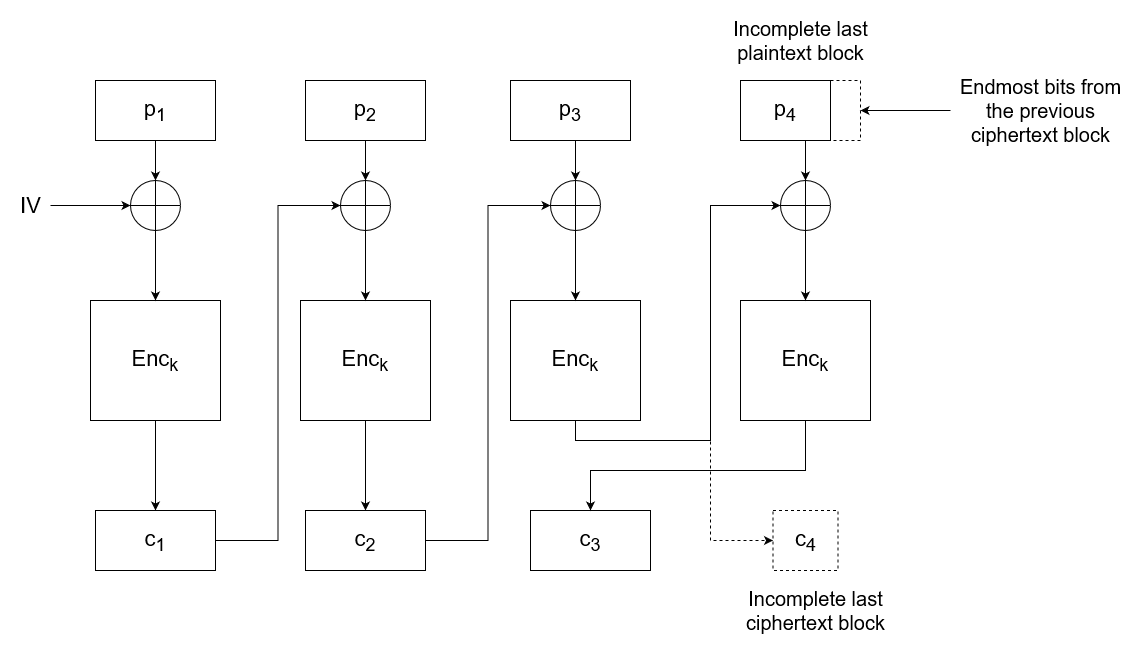
Before: Notes/Cryptography/Resources/Images/Block_cipher_ciphertext_stealing.png, a diagram exported from draw.io (cr0mll/cyberclopaedia). Source tidied: cells renumbered, new cells last; positions are measured from the earlier drawing's top-left corner, leaving out a move shared by most shapes. Its diagram source:
```xml
<mxGraphModel background="#ffffff">
  <root>
    <mxCell id="0" />
    <mxCell id="1" parent="0" />
    <mxCell id="2" style="edgeStyle=orthogonalEdgeStyle;rounded=0;jettySize=auto;html=1;exitX=0.5;exitY=1;exitDx=0;exitDy=0;fontSize=22;" parent="1" edge="1" source="3">
      <mxGeometry relative="1" as="geometry">
        <mxPoint x="145" y="500" as="targetPoint" />
      </mxGeometry>
    </mxCell>
    <mxCell id="3" value="&lt;font style=&quot;font-size: 22px;&quot;&gt;Enc&lt;sub&gt;k&lt;/sub&gt;&lt;/font&gt;" style="rounded=0;whiteSpace=wrap;html=1;" parent="1" vertex="1">
      <mxGeometry x="80" y="290" width="130" height="120" as="geometry" />
    </mxCell>
    <mxCell id="4" style="edgeStyle=orthogonalEdgeStyle;rounded=0;jettySize=auto;html=1;entryX=0.5;entryY=0;entryDx=0;entryDy=0;fontSize=22;" parent="1" edge="1" target="6">
      <mxGeometry relative="1" as="geometry">
        <mxPoint x="145" y="120" as="sourcePoint" />
      </mxGeometry>
    </mxCell>
    <mxCell id="5" style="edgeStyle=orthogonalEdgeStyle;rounded=0;jettySize=auto;html=1;exitX=0.5;exitY=1;exitDx=0;exitDy=0;entryX=0.5;entryY=0;entryDx=0;entryDy=0;fontSize=22;" parent="1" edge="1" source="6" target="3">
      <mxGeometry relative="1" as="geometry" />
    </mxCell>
    <mxCell id="6" style="shape=orEllipse;perimeter=ellipsePerimeter;whiteSpace=wrap;html=1;backgroundOutline=1;fontSize=22;" parent="1" vertex="1">
      <mxGeometry x="120" y="170" width="50" height="50" as="geometry" />
    </mxCell>
    <mxCell id="7" style="edgeStyle=orthogonalEdgeStyle;rounded=0;jettySize=auto;html=1;entryX=0;entryY=0.5;entryDx=0;entryDy=0;fontSize=22;" parent="1" edge="1" source="8" target="6">
      <mxGeometry relative="1" as="geometry" />
    </mxCell>
    <mxCell id="8" value="IV" style="text;html=1;align=center;verticalAlign=middle;points=[];strokeColor=none;fillColor=none;fontSize=22;" parent="1" vertex="1">
      <mxGeometry y="180" width="40" height="30" as="geometry" />
    </mxCell>
    <mxCell id="9" style="edgeStyle=orthogonalEdgeStyle;rounded=0;jettySize=auto;html=1;exitX=0.5;exitY=1;exitDx=0;exitDy=0;fontSize=22;" parent="1" edge="1" source="10">
      <mxGeometry relative="1" as="geometry">
        <mxPoint x="355" y="500" as="targetPoint" />
      </mxGeometry>
    </mxCell>
    <mxCell id="10" value="&lt;font style=&quot;font-size: 22px;&quot;&gt;Enc&lt;sub&gt;k&lt;/sub&gt;&lt;/font&gt;" style="rounded=0;whiteSpace=wrap;html=1;" parent="1" vertex="1">
      <mxGeometry x="290" y="290" width="130" height="120" as="geometry" />
    </mxCell>
    <mxCell id="11" style="edgeStyle=orthogonalEdgeStyle;rounded=0;jettySize=auto;html=1;entryX=0.5;entryY=0;entryDx=0;entryDy=0;fontSize=22;" parent="1" edge="1" target="13">
      <mxGeometry relative="1" as="geometry">
        <mxPoint x="355" y="120" as="sourcePoint" />
      </mxGeometry>
    </mxCell>
    <mxCell id="12" style="edgeStyle=orthogonalEdgeStyle;rounded=0;jettySize=auto;html=1;exitX=0.5;exitY=1;exitDx=0;exitDy=0;entryX=0.5;entryY=0;entryDx=0;entryDy=0;fontSize=22;" parent="1" edge="1" source="13" target="10">
      <mxGeometry relative="1" as="geometry" />
    </mxCell>
    <mxCell id="13" style="shape=orEllipse;perimeter=ellipsePerimeter;whiteSpace=wrap;html=1;backgroundOutline=1;fontSize=22;" parent="1" vertex="1">
      <mxGeometry x="330" y="170" width="50" height="50" as="geometry" />
    </mxCell>
    <mxCell id="14" style="edgeStyle=orthogonalEdgeStyle;rounded=0;jettySize=auto;html=1;entryX=0;entryY=0.5;entryDx=0;entryDy=0;fontSize=22;exitX=0.5;exitY=1;exitDx=0;exitDy=0;" parent="1" edge="1" source="16" target="32">
      <mxGeometry relative="1" as="geometry">
        <Array as="points">
          <mxPoint x="565" y="430" />
          <mxPoint x="700" y="430" />
          <mxPoint x="700" y="195" />
        </Array>
      </mxGeometry>
    </mxCell>
    <mxCell id="15" style="edgeStyle=orthogonalEdgeStyle;rounded=0;jettySize=auto;html=1;entryX=0;entryY=0.5;entryDx=0;entryDy=0;fontSize=22;exitX=0.5;exitY=1;exitDx=0;exitDy=0;dashed=1;" parent="1" edge="1" source="16" target="33">
      <mxGeometry relative="1" as="geometry">
        <Array as="points">
          <mxPoint x="565" y="430" />
          <mxPoint x="700" y="430" />
          <mxPoint x="700" y="530" />
        </Array>
      </mxGeometry>
    </mxCell>
    <mxCell id="16" value="&lt;font style=&quot;font-size: 22px;&quot;&gt;Enc&lt;sub&gt;k&lt;/sub&gt;&lt;/font&gt;" style="rounded=0;whiteSpace=wrap;html=1;" parent="1" vertex="1">
      <mxGeometry x="500" y="290" width="130" height="120" as="geometry" />
    </mxCell>
    <mxCell id="17" style="edgeStyle=orthogonalEdgeStyle;rounded=0;jettySize=auto;html=1;entryX=0.5;entryY=0;entryDx=0;entryDy=0;fontSize=22;" parent="1" edge="1" target="19">
      <mxGeometry relative="1" as="geometry">
        <mxPoint x="565" y="120" as="sourcePoint" />
      </mxGeometry>
    </mxCell>
    <mxCell id="18" style="edgeStyle=orthogonalEdgeStyle;rounded=0;jettySize=auto;html=1;exitX=0.5;exitY=1;exitDx=0;exitDy=0;entryX=0.5;entryY=0;entryDx=0;entryDy=0;fontSize=22;" parent="1" edge="1" source="19" target="16">
      <mxGeometry relative="1" as="geometry" />
    </mxCell>
    <mxCell id="19" style="shape=orEllipse;perimeter=ellipsePerimeter;whiteSpace=wrap;html=1;backgroundOutline=1;fontSize=22;" parent="1" vertex="1">
      <mxGeometry x="540" y="170" width="50" height="50" as="geometry" />
    </mxCell>
    <mxCell id="20" value="p&lt;sub&gt;1&lt;/sub&gt;" style="rounded=0;whiteSpace=wrap;html=1;fontSize=22;strokeColor=default;" parent="1" vertex="1">
      <mxGeometry x="85" y="70" width="120" height="60" as="geometry" />
    </mxCell>
    <mxCell id="21" value="p&lt;sub&gt;2&lt;/sub&gt;" style="rounded=0;whiteSpace=wrap;html=1;fontSize=22;strokeColor=default;" parent="1" vertex="1">
      <mxGeometry x="295" y="70" width="120" height="60" as="geometry" />
    </mxCell>
    <mxCell id="22" value="p&lt;sub&gt;3&lt;/sub&gt;" style="rounded=0;whiteSpace=wrap;html=1;fontSize=22;strokeColor=default;" parent="1" vertex="1">
      <mxGeometry x="500" y="70" width="120" height="60" as="geometry" />
    </mxCell>
    <mxCell id="23" style="edgeStyle=orthogonalEdgeStyle;rounded=0;jettySize=auto;html=1;entryX=0;entryY=0.5;entryDx=0;entryDy=0;fontSize=22;" parent="1" edge="1" source="24" target="13">
      <mxGeometry relative="1" as="geometry" />
    </mxCell>
    <mxCell id="24" value="c&lt;sub&gt;1&lt;/sub&gt;" style="rounded=0;whiteSpace=wrap;html=1;fontSize=22;strokeColor=default;" parent="1" vertex="1">
      <mxGeometry x="85" y="500" width="120" height="60" as="geometry" />
    </mxCell>
    <mxCell id="25" style="edgeStyle=orthogonalEdgeStyle;rounded=0;jettySize=auto;html=1;exitX=1;exitY=0.5;exitDx=0;exitDy=0;entryX=0;entryY=0.5;entryDx=0;entryDy=0;fontSize=22;" parent="1" edge="1" source="26" target="19">
      <mxGeometry relative="1" as="geometry" />
    </mxCell>
    <mxCell id="26" value="c&lt;sub&gt;2&lt;/sub&gt;" style="rounded=0;whiteSpace=wrap;html=1;fontSize=22;strokeColor=default;" parent="1" vertex="1">
      <mxGeometry x="295" y="500" width="120" height="60" as="geometry" />
    </mxCell>
    <mxCell id="27" value="c&lt;sub&gt;3&lt;/sub&gt;" style="rounded=0;whiteSpace=wrap;html=1;fontSize=22;strokeColor=default;" parent="1" vertex="1">
      <mxGeometry x="520" y="500" width="120" height="60" as="geometry" />
    </mxCell>
    <mxCell id="28" style="edgeStyle=orthogonalEdgeStyle;rounded=0;jettySize=auto;html=1;entryX=0.5;entryY=0;entryDx=0;entryDy=0;fontSize=22;" parent="1" edge="1" source="29" target="27">
      <mxGeometry relative="1" as="geometry">
        <Array as="points">
          <mxPoint x="795" y="460" />
          <mxPoint x="580" y="460" />
        </Array>
      </mxGeometry>
    </mxCell>
    <mxCell id="29" value="&lt;font style=&quot;font-size: 22px;&quot;&gt;Enc&lt;sub&gt;k&lt;/sub&gt;&lt;/font&gt;" style="rounded=0;whiteSpace=wrap;html=1;" parent="1" vertex="1">
      <mxGeometry x="730" y="290" width="130" height="120" as="geometry" />
    </mxCell>
    <mxCell id="30" style="edgeStyle=orthogonalEdgeStyle;rounded=0;jettySize=auto;html=1;entryX=0.5;entryY=0;entryDx=0;entryDy=0;fontSize=22;" parent="1" edge="1" target="32">
      <mxGeometry relative="1" as="geometry">
        <mxPoint x="795" y="120" as="sourcePoint" />
      </mxGeometry>
    </mxCell>
    <mxCell id="31" style="edgeStyle=orthogonalEdgeStyle;rounded=0;jettySize=auto;html=1;exitX=0.5;exitY=1;exitDx=0;exitDy=0;entryX=0.5;entryY=0;entryDx=0;entryDy=0;fontSize=22;" parent="1" edge="1" source="32" target="29">
      <mxGeometry relative="1" as="geometry" />
    </mxCell>
    <mxCell id="32" style="shape=orEllipse;perimeter=ellipsePerimeter;whiteSpace=wrap;html=1;backgroundOutline=1;fontSize=22;" parent="1" vertex="1">
      <mxGeometry x="770" y="170" width="50" height="50" as="geometry" />
    </mxCell>
    <mxCell id="33" value="c&lt;sub&gt;4&lt;/sub&gt;" style="rounded=0;whiteSpace=wrap;html=1;fontSize=22;strokeColor=default;dashed=1;" parent="1" vertex="1">
      <mxGeometry x="762.5" y="500" width="65" height="60" as="geometry" />
    </mxCell>
    <mxCell id="34" value="&lt;div style=&quot;font-size: 20px;&quot;&gt;&lt;font style=&quot;font-size: 20px;&quot;&gt;Incomplete last&lt;/font&gt;&lt;/div&gt;&lt;div style=&quot;font-size: 20px;&quot;&gt;&lt;font style=&quot;font-size: 20px;&quot;&gt;ciphertext block&lt;br&gt;&lt;/font&gt;&lt;/div&gt;" style="text;html=1;align=center;verticalAlign=middle;strokeColor=none;fillColor=none;fontSize=22;" parent="1" vertex="1">
      <mxGeometry x="730" y="570" width="150" height="60" as="geometry" />
    </mxCell>
    <mxCell id="35" style="rounded=0;whiteSpace=wrap;html=1;fontSize=20;strokeColor=default;dashed=1;" parent="1" vertex="1">
      <mxGeometry x="820" y="70" width="30" height="60" as="geometry" />
    </mxCell>
    <mxCell id="36" value="&lt;font style=&quot;font-size: 22px;&quot;&gt;p&lt;sub&gt;4&lt;/sub&gt;&lt;/font&gt;" style="rounded=0;whiteSpace=wrap;html=1;fontSize=20;strokeColor=default;" parent="1" vertex="1">
      <mxGeometry x="730" y="70" width="90" height="60" as="geometry" />
    </mxCell>
    <mxCell id="37" value="&lt;div style=&quot;font-size: 20px;&quot;&gt;&lt;font style=&quot;font-size: 20px;&quot;&gt;Incomplete last&lt;/font&gt;&lt;/div&gt;&lt;div style=&quot;font-size: 20px;&quot;&gt;&lt;font style=&quot;font-size: 20px;&quot;&gt;plaintext block&lt;br&gt;&lt;/font&gt;&lt;/div&gt;" style="text;html=1;align=center;verticalAlign=middle;strokeColor=none;fillColor=none;fontSize=22;" parent="1" vertex="1">
      <mxGeometry x="715" width="150" height="60" as="geometry" />
    </mxCell>
    <mxCell id="38" style="edgeStyle=orthogonalEdgeStyle;rounded=0;jettySize=auto;html=1;entryX=1;entryY=0.5;entryDx=0;entryDy=0;fontSize=20;" parent="1" edge="1" source="39" target="35">
      <mxGeometry relative="1" as="geometry" />
    </mxCell>
    <mxCell id="39" value="&lt;div&gt;Endmost bits from&lt;/div&gt;&lt;div&gt;the previous&lt;/div&gt;&lt;div&gt;ciphertext block&lt;br&gt;&lt;/div&gt;" style="text;html=1;align=center;verticalAlign=middle;points=[];strokeColor=none;fillColor=none;fontSize=20;" parent="1" vertex="1">
      <mxGeometry x="940" y="60" width="180" height="80" as="geometry" />
    </mxCell>
  </root>
</mxGraphModel>
```
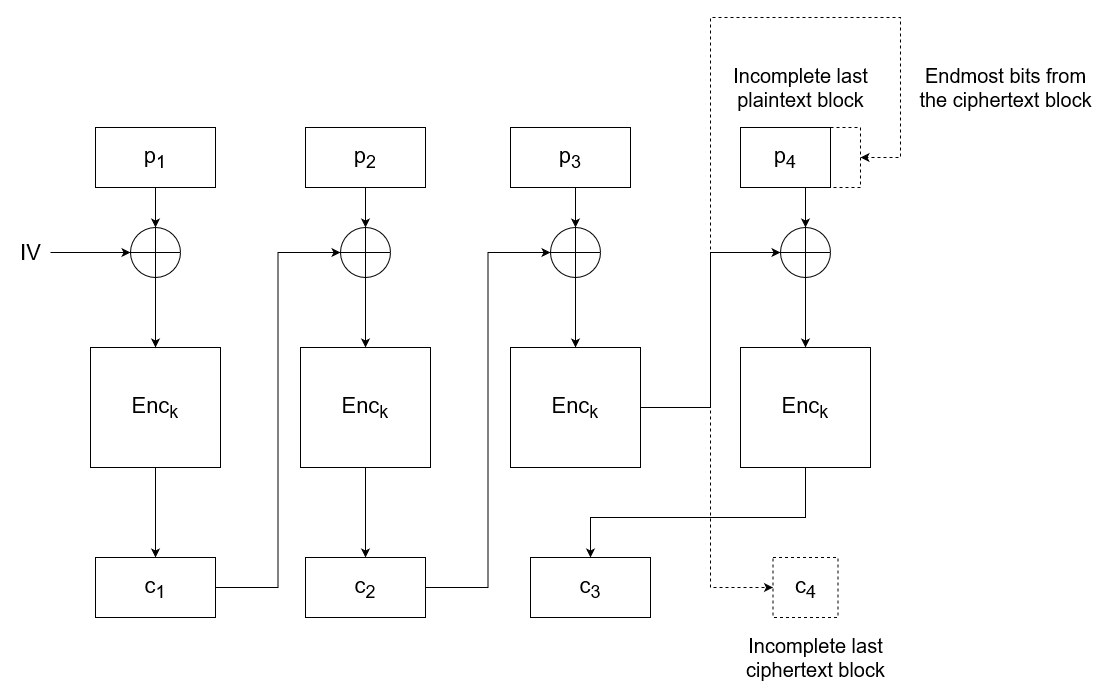
The same diagram one commit later.

Commit message:
Made a better diagram for ciphertext stealing

The edit, as a diff of the source:
```diff
@@ -46,11 +46,10 @@
     <mxCell id="13" style="shape=orEllipse;perimeter=ellipsePerimeter;whiteSpace=wrap;html=1;backgroundOutline=1;fontSize=22;" parent="1" vertex="1">
       <mxGeometry x="330" y="170" width="50" height="50" as="geometry" />
     </mxCell>
-    <mxCell id="14" style="edgeStyle=orthogonalEdgeStyle;rounded=0;jettySize=auto;html=1;entryX=0;entryY=0.5;entryDx=0;entryDy=0;fontSize=22;exitX=0.5;exitY=1;exitDx=0;exitDy=0;" parent="1" edge="1" source="16" target="32">
+    <mxCell id="14" style="edgeStyle=orthogonalEdgeStyle;rounded=0;jettySize=auto;html=1;entryX=0;entryY=0.5;entryDx=0;entryDy=0;fontSize=22;exitX=1;exitY=0.5;exitDx=0;exitDy=0;" parent="1" edge="1" source="16" target="32">
       <mxGeometry relative="1" as="geometry">
         <Array as="points">
-          <mxPoint x="565" y="430" />
-          <mxPoint x="700" y="430" />
+          <mxPoint x="700" y="350" />
           <mxPoint x="700" y="195" />
         </Array>
       </mxGeometry>
@@ -58,12 +57,23 @@
     <mxCell id="15" style="edgeStyle=orthogonalEdgeStyle;rounded=0;jettySize=auto;html=1;entryX=0;entryY=0.5;entryDx=0;entryDy=0;fontSize=22;exitX=0.5;exitY=1;exitDx=0;exitDy=0;dashed=1;" parent="1" edge="1" source="16" target="33">
       <mxGeometry relative="1" as="geometry">
         <Array as="points">
-          <mxPoint x="565" y="430" />
-          <mxPoint x="700" y="430" />
+          <mxPoint x="565" y="350" />
+          <mxPoint x="700" y="350" />
           <mxPoint x="700" y="530" />
         </Array>
       </mxGeometry>
     </mxCell>
+    <mxCell id="40" style="edgeStyle=orthogonalEdgeStyle;rounded=0;jettySize=auto;html=1;fontSize=20;dashed=1;" parent="1" edge="1" source="16">
+      <mxGeometry relative="1" as="geometry">
+        <mxPoint x="850" y="100" as="targetPoint" />
+        <Array as="points">
+          <mxPoint x="700" y="350" />
+          <mxPoint x="700" y="-40" />
+          <mxPoint x="890" y="-40" />
+          <mxPoint x="890" y="100" />
+        </Array>
+      </mxGeometry>
+    </mxCell>
     <mxCell id="16" value="&lt;font style=&quot;font-size: 22px;&quot;&gt;Enc&lt;sub&gt;k&lt;/sub&gt;&lt;/font&gt;" style="rounded=0;whiteSpace=wrap;html=1;" parent="1" vertex="1">
       <mxGeometry x="500" y="290" width="130" height="120" as="geometry" />
     </mxCell>
@@ -139,11 +149,8 @@
     <mxCell id="37" value="&lt;div style=&quot;font-size: 20px;&quot;&gt;&lt;font style=&quot;font-size: 20px;&quot;&gt;Incomplete last&lt;/font&gt;&lt;/div&gt;&lt;div style=&quot;font-size: 20px;&quot;&gt;&lt;font style=&quot;font-size: 20px;&quot;&gt;plaintext block&lt;br&gt;&lt;/font&gt;&lt;/div&gt;" style="text;html=1;align=center;verticalAlign=middle;strokeColor=none;fillColor=none;fontSize=22;" parent="1" vertex="1">
       <mxGeometry x="715" width="150" height="60" as="geometry" />
     </mxCell>
-    <mxCell id="38" style="edgeStyle=orthogonalEdgeStyle;rounded=0;jettySize=auto;html=1;entryX=1;entryY=0.5;entryDx=0;entryDy=0;fontSize=20;" parent="1" edge="1" source="39" target="35">
-      <mxGeometry relative="1" as="geometry" />
-    </mxCell>
-    <mxCell id="39" value="&lt;div&gt;Endmost bits from&lt;/div&gt;&lt;div&gt;the previous&lt;/div&gt;&lt;div&gt;ciphertext block&lt;br&gt;&lt;/div&gt;" style="text;html=1;align=center;verticalAlign=middle;points=[];strokeColor=none;fillColor=none;fontSize=20;" parent="1" vertex="1">
-      <mxGeometry x="940" y="60" width="180" height="80" as="geometry" />
+    <mxCell id="39" value="&lt;div&gt;Endmost bits from&lt;br&gt;&lt;/div&gt;&lt;div&gt;the ciphertext block&lt;br&gt;&lt;/div&gt;" style="text;html=1;align=center;verticalAlign=middle;points=[];strokeColor=none;fillColor=none;fontSize=20;" parent="1" vertex="1">
+      <mxGeometry x="900" y="5" width="190" height="50" as="geometry" />
     </mxCell>
   </root>
 </mxGraphModel>
```
